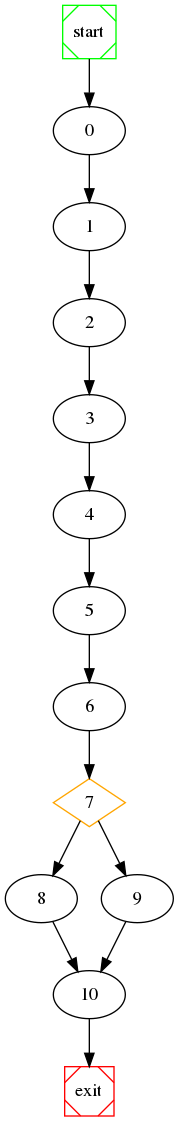
This is wpc/raw_graph.png from NabeelQaiser/BTP_2k18-19, a Graphviz export, as it was before one commit. Its source is kept beside it as wpc/raw_graph.dot.
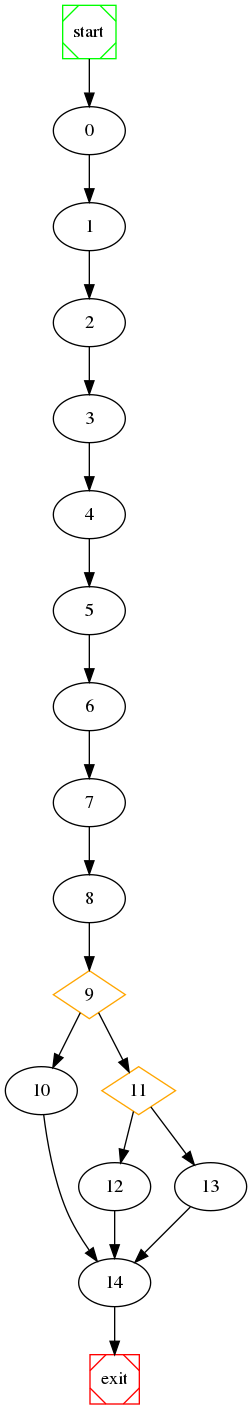
The same diagram one commit later.

Change to the diagram source:
```diff
@@ -7,13 +7,19 @@
 	3 -> 4 ;
 	4 -> 5 ;
 	5 -> 6 ;
-	7 [shape=diamond, color=orange] ;
+	6 -> 7 ;
 	7 -> 8 ;
-	7 -> 9 ;
-	6 -> 7 ;
+	9 [shape=diamond, color=orange] ;
 	9 -> 10 ;
-	8 -> 10 ;
-	10 -> exit;
+	11 [shape=diamond, color=orange] ;
+	9 -> 11 ;
+	11 -> 12 ;
+	11 -> 13 ;
+	8 -> 9 ;
+	12 -> 14 ;
+	10 -> 14 ;
+	13 -> 14 ;
+	14 -> exit;
 
 	start [shape=Msquare, color=green];
 	exit [shape=Msquare, color=red];
```
